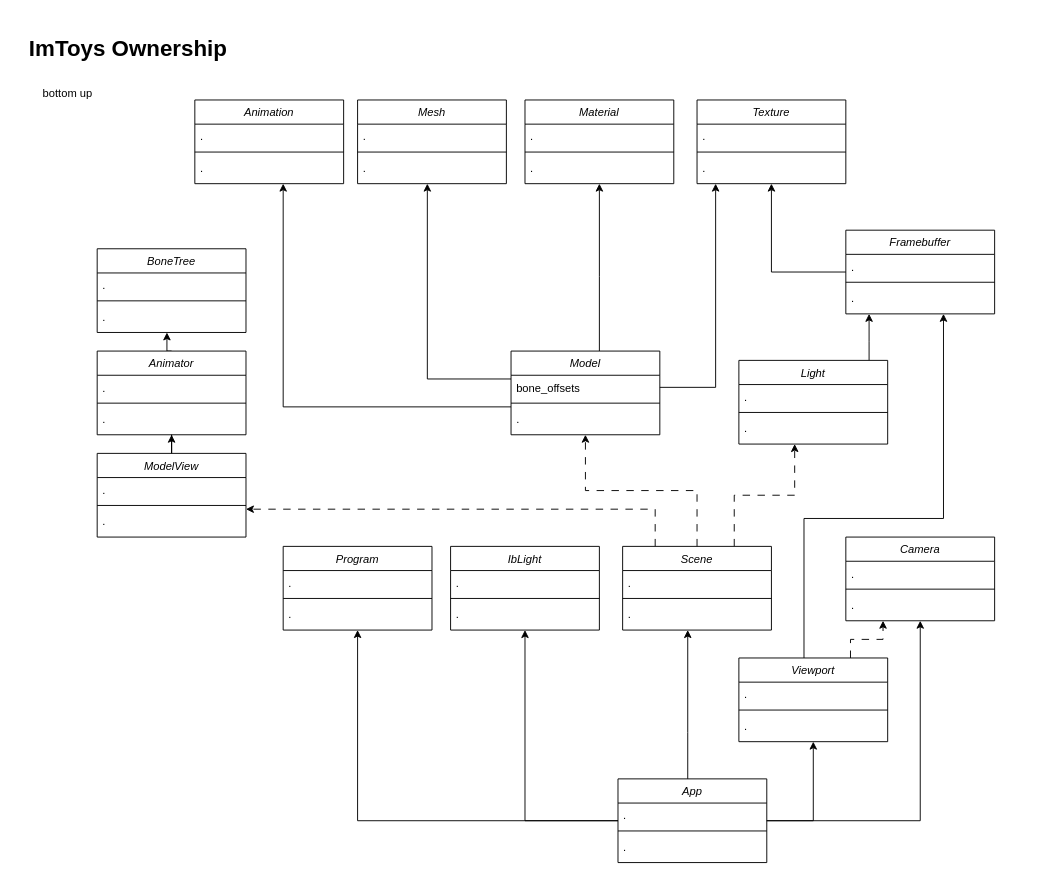
The draw.io diagram page "Ownership(App)" (2 of 3) of limbrary/diagram.drawio in imdongye/imtoys, before the edit. Source tidied: cells renumbered, new cells numbered last; positions are measured from the earlier drawing's top-left corner, leaving out a move shared by most shapes. Both pictures are drawn from the tidied source at 93%, with x=0, y=0 at pixel (16, 16).
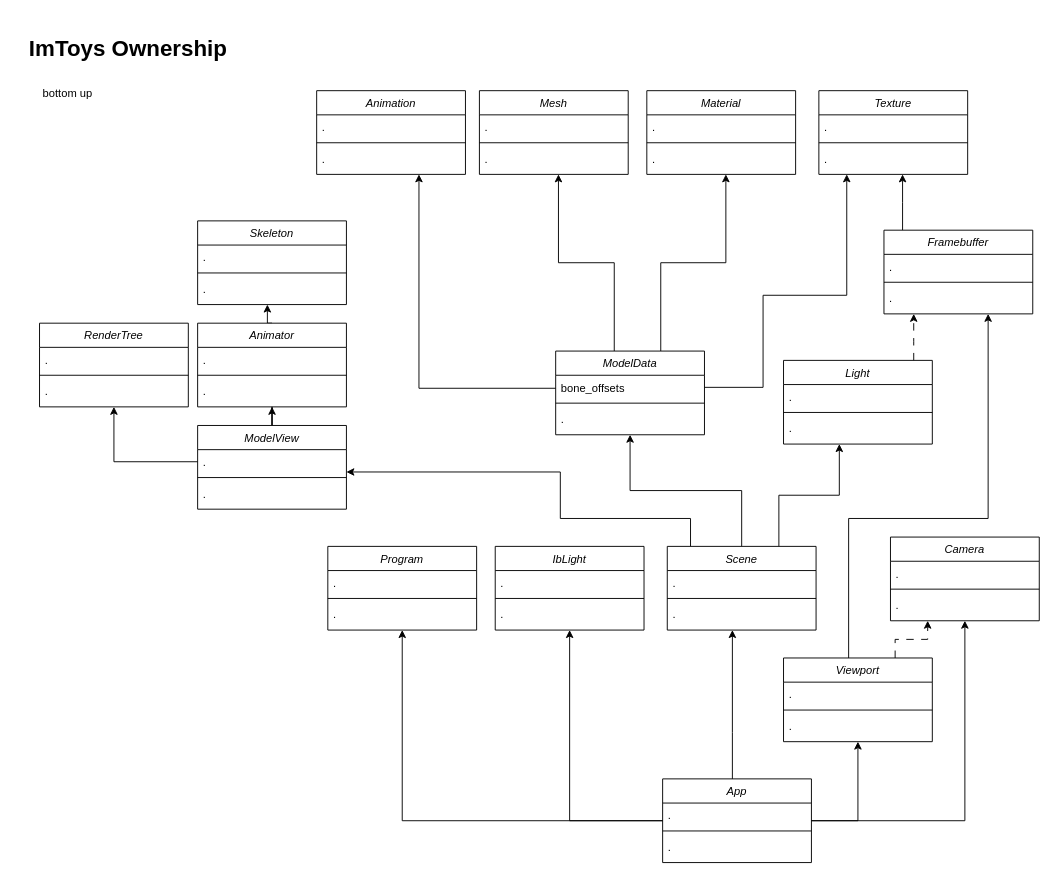
The same diagram, later.

Unchanged cells that the change refers to:
```xml
<mxCell id="32" value="bone_offsets" style="text;align=left;verticalAlign=top;spacingLeft=4;spacingRight=4;overflow=hidden;points=[[0,0.5],[1,0.5]];portConstraint=eastwest;" parent="31" vertex="1">
  <mxGeometry y="26" width="160" height="26" as="geometry" />
</mxCell>
<mxCell id="74" value="." style="text;align=left;verticalAlign=top;spacingLeft=4;spacingRight=4;overflow=hidden;points=[[0,0.5],[1,0.5]];portConstraint=eastwest;" parent="73" vertex="1">
  <mxGeometry y="26" width="160" height="26" as="geometry" />
</mxCell>
```

Change to the diagram source:
```diff
@@
     <mxCell id="2" value="Program" style="swimlane;fontStyle=2;align=center;verticalAlign=top;horizontal=1;startSize=26;rounded=0;shadow=0;strokeWidth=1;" parent="1" vertex="1">
-      <mxGeometry x="287" y="570" width="160" height="90" as="geometry" />
+      <mxGeometry x="335" y="570" width="160" height="90" as="geometry" />
     </mxCell>
@@
     <mxCell id="6" value="Mesh" style="swimlane;fontStyle=2;align=center;verticalAlign=top;horizontal=1;startSize=26;rounded=0;shadow=0;strokeWidth=1;" parent="1" vertex="1">
-      <mxGeometry x="367" y="90" width="160" height="90" as="geometry" />
+      <mxGeometry x="498" y="80" width="160" height="90" as="geometry" />
     </mxCell>
@@
     <mxCell id="10" style="edgeStyle=orthogonalEdgeStyle;rounded=0;jettySize=auto;html=1;" parent="1" edge="1" source="11" target="15">
       <mxGeometry relative="1" as="geometry">
         <Array as="points">
-          <mxPoint x="812" y="275" />
+          <mxPoint x="953" y="200" />
+          <mxPoint x="953" y="200" />
         </Array>
       </mxGeometry>
     </mxCell>
     <mxCell id="11" value="Framebuffer" style="swimlane;fontStyle=2;align=center;verticalAlign=top;horizontal=1;startSize=26;rounded=0;shadow=0;strokeWidth=1;" parent="1" vertex="1">
-      <mxGeometry x="892" y="230" width="160" height="90" as="geometry" />
+      <mxGeometry x="933" y="230" width="160" height="90" as="geometry" />
     </mxCell>
@@
     <mxCell id="15" value="Texture" style="swimlane;fontStyle=2;align=center;verticalAlign=top;horizontal=1;startSize=26;rounded=0;shadow=0;strokeWidth=1;" parent="1" vertex="1">
-      <mxGeometry x="732" y="90" width="160" height="90" as="geometry" />
+      <mxGeometry x="863" y="80" width="160" height="90" as="geometry" />
     </mxCell>
@@
     <mxCell id="19" value="Material" style="swimlane;fontStyle=2;align=center;verticalAlign=top;horizontal=1;startSize=26;rounded=0;shadow=0;strokeWidth=1;" parent="1" vertex="1">
-      <mxGeometry x="547" y="90" width="160" height="90" as="geometry" />
+      <mxGeometry x="678" y="80" width="160" height="90" as="geometry" />
     </mxCell>
@@
-    <mxCell id="23" style="edgeStyle=orthogonalEdgeStyle;rounded=0;jettySize=auto;html=1;" parent="1" edge="1" source="24" target="11">
+    <mxCell id="23" style="edgeStyle=orthogonalEdgeStyle;rounded=0;jettySize=auto;html=1;dashed=1;dashPattern=8 8;" parent="1" edge="1" source="24" target="11">
       <mxGeometry relative="1" as="geometry">
         <Array as="points">
-          <mxPoint x="917" y="350" />
-          <mxPoint x="917" y="350" />
+          <mxPoint x="965" y="350" />
+          <mxPoint x="965" y="350" />
         </Array>
       </mxGeometry>
     </mxCell>
     <mxCell id="24" value="Light" style="swimlane;fontStyle=2;align=center;verticalAlign=top;horizontal=1;startSize=26;rounded=0;shadow=0;strokeWidth=1;" parent="1" vertex="1">
-      <mxGeometry x="777" y="370" width="160" height="90" as="geometry" />
+      <mxGeometry x="825" y="370" width="160" height="90" as="geometry" />
     </mxCell>
@@
     <mxCell id="28" style="edgeStyle=orthogonalEdgeStyle;rounded=0;jettySize=auto;html=1;" parent="1" edge="1" source="31" target="6">
       <mxGeometry relative="1" as="geometry">
         <Array as="points">
-          <mxPoint x="442" y="390" />
+          <mxPoint x="643" y="265" />
+          <mxPoint x="583" y="265" />
         </Array>
       </mxGeometry>
     </mxCell>
     <mxCell id="29" style="edgeStyle=orthogonalEdgeStyle;rounded=0;jettySize=auto;html=1;" parent="1" edge="1" source="31" target="19">
       <mxGeometry relative="1" as="geometry">
         <Array as="points">
-          <mxPoint x="627" y="280" />
-          <mxPoint x="627" y="280" />
+          <mxPoint x="693" y="265" />
+          <mxPoint x="763" y="265" />
         </Array>
       </mxGeometry>
     </mxCell>
     <mxCell id="30" style="edgeStyle=orthogonalEdgeStyle;rounded=0;jettySize=auto;html=1;" parent="1" edge="1" source="31" target="68">
       <mxGeometry relative="1" as="geometry">
         <Array as="points">
-          <mxPoint x="287" y="420" />
+          <mxPoint x="433" y="400" />
         </Array>
       </mxGeometry>
     </mxCell>
-    <mxCell id="31" value="Model" style="swimlane;fontStyle=2;align=center;verticalAlign=top;horizontal=1;startSize=26;rounded=0;shadow=0;strokeWidth=1;" parent="1" vertex="1">
-      <mxGeometry x="532" y="360" width="160" height="90" as="geometry" />
+    <mxCell id="31" value="ModelData" style="swimlane;fontStyle=2;align=center;verticalAlign=top;horizontal=1;startSize=26;rounded=0;shadow=0;strokeWidth=1;" parent="1" vertex="1">
+      <mxGeometry x="580" y="360" width="160" height="90" as="geometry" />
     </mxCell>
@@
     <mxCell id="35" style="edgeStyle=orthogonalEdgeStyle;rounded=0;jettySize=auto;html=1;" parent="1" edge="1" source="37" target="11">
       <mxGeometry relative="1" as="geometry">
         <Array as="points">
-          <mxPoint x="847" y="540" />
-          <mxPoint x="997" y="540" />
+          <mxPoint x="895" y="540" />
+          <mxPoint x="1045" y="540" />
         </Array>
       </mxGeometry>
     </mxCell>
     <mxCell id="36" style="edgeStyle=orthogonalEdgeStyle;rounded=0;jettySize=auto;html=1;entryX=0.25;entryY=1;entryDx=0;entryDy=0;dashed=1;dashPattern=8 8;" parent="1" edge="1" source="37" target="48">
       <mxGeometry relative="1" as="geometry">
         <Array as="points">
-          <mxPoint x="897" y="670" />
-          <mxPoint x="932" y="670" />
+          <mxPoint x="945" y="670" />
+          <mxPoint x="980" y="670" />
         </Array>
       </mxGeometry>
     </mxCell>
     <mxCell id="37" value="Viewport" style="swimlane;fontStyle=2;align=center;verticalAlign=top;horizontal=1;startSize=26;rounded=0;shadow=0;strokeWidth=1;" parent="1" vertex="1">
-      <mxGeometry x="777" y="690" width="160" height="90" as="geometry" />
+      <mxGeometry x="825" y="690" width="160" height="90" as="geometry" />
     </mxCell>
@@
-    <mxCell id="41" style="edgeStyle=orthogonalEdgeStyle;rounded=0;jettySize=auto;html=1;dashed=1;dashPattern=8 8;" parent="1" edge="1" source="44" target="31">
+    <mxCell id="41" style="edgeStyle=orthogonalEdgeStyle;rounded=0;jettySize=auto;html=1;" parent="1" edge="1" source="44" target="31">
       <mxGeometry relative="1" as="geometry">
         <Array as="points">
-          <mxPoint x="732" y="510" />
-          <mxPoint x="612" y="510" />
+          <mxPoint x="780" y="510" />
+          <mxPoint x="660" y="510" />
         </Array>
       </mxGeometry>
     </mxCell>
-    <mxCell id="42" style="edgeStyle=orthogonalEdgeStyle;rounded=0;jettySize=auto;html=1;dashed=1;dashPattern=8 8;" parent="1" edge="1" source="44" target="24">
+    <mxCell id="42" style="edgeStyle=orthogonalEdgeStyle;rounded=0;jettySize=auto;html=1;" parent="1" edge="1" source="44" target="24">
       <mxGeometry relative="1" as="geometry">
         <Array as="points">
-          <mxPoint x="772" y="515" />
-          <mxPoint x="837" y="515" />
+          <mxPoint x="820" y="515" />
+          <mxPoint x="885" y="515" />
         </Array>
       </mxGeometry>
     </mxCell>
-    <mxCell id="43" style="edgeStyle=orthogonalEdgeStyle;rounded=0;jettySize=auto;html=1;dashed=1;dashPattern=8 8;" parent="1" edge="1" source="44" target="73">
+    <mxCell id="43" style="edgeStyle=orthogonalEdgeStyle;rounded=0;jettySize=auto;html=1;" parent="1" edge="1" source="44" target="73">
       <mxGeometry relative="1" as="geometry">
         <Array as="points">
-          <mxPoint x="687" y="530" />
+          <mxPoint x="725" y="540" />
+          <mxPoint x="585" y="540" />
+          <mxPoint x="585" y="490" />
         </Array>
       </mxGeometry>
     </mxCell>
     <mxCell id="44" value="Scene" style="swimlane;fontStyle=2;align=center;verticalAlign=top;horizontal=1;startSize=26;rounded=0;shadow=0;strokeWidth=1;" parent="1" vertex="1">
-      <mxGeometry x="652" y="570" width="160" height="90" as="geometry" />
+      <mxGeometry x="700" y="570" width="160" height="90" as="geometry" />
     </mxCell>
@@
     <mxCell id="48" value="Camera" style="swimlane;fontStyle=2;align=center;verticalAlign=top;horizontal=1;startSize=26;rounded=0;shadow=0;strokeWidth=1;" parent="1" vertex="1">
-      <mxGeometry x="892" y="560" width="160" height="90" as="geometry" />
+      <mxGeometry x="940" y="560" width="160" height="90" as="geometry" />
     </mxCell>
@@
     <mxCell id="53" value="IbLight" style="swimlane;fontStyle=2;align=center;verticalAlign=top;horizontal=1;startSize=26;rounded=0;shadow=0;strokeWidth=1;" parent="1" vertex="1">
-      <mxGeometry x="467" y="570" width="160" height="90" as="geometry" />
+      <mxGeometry x="515" y="570" width="160" height="90" as="geometry" />
     </mxCell>
@@
     <mxCell id="57" style="edgeStyle=orthogonalEdgeStyle;rounded=0;jettySize=auto;html=1;" parent="1" edge="1" source="32" target="15">
       <mxGeometry relative="1" as="geometry">
         <Array as="points">
-          <mxPoint x="752" y="399" />
+          <mxPoint x="803" y="399" />
+          <mxPoint x="803" y="300" />
+          <mxPoint x="893" y="300" />
         </Array>
       </mxGeometry>
     </mxCell>
@@
     <mxCell id="59" style="edgeStyle=orthogonalEdgeStyle;rounded=0;jettySize=auto;html=1;" parent="1" edge="1" source="63" target="53">
       <mxGeometry relative="1" as="geometry">
         <Array as="points">
-          <mxPoint x="547" y="865" />
+          <mxPoint x="595" y="865" />
         </Array>
       </mxGeometry>
     </mxCell>
@@
     <mxCell id="61" style="edgeStyle=orthogonalEdgeStyle;rounded=0;jettySize=auto;html=1;" parent="1" edge="1" source="63" target="37">
       <mxGeometry relative="1" as="geometry">
         <Array as="points">
-          <mxPoint x="857" y="865" />
+          <mxPoint x="905" y="865" />
         </Array>
       </mxGeometry>
     </mxCell>
     <mxCell id="62" style="edgeStyle=orthogonalEdgeStyle;rounded=0;jettySize=auto;html=1;" parent="1" edge="1" source="63" target="44">
       <mxGeometry relative="1" as="geometry">
         <Array as="points">
-          <mxPoint x="722" y="770" />
-          <mxPoint x="722" y="770" />
+          <mxPoint x="770" y="770" />
+          <mxPoint x="770" y="770" />
         </Array>
       </mxGeometry>
     </mxCell>
     <mxCell id="63" value="App" style="swimlane;fontStyle=2;align=center;verticalAlign=top;horizontal=1;startSize=26;rounded=0;shadow=0;strokeWidth=1;" parent="1" vertex="1">
-      <mxGeometry x="647" y="820" width="160" height="90" as="geometry" />
+      <mxGeometry x="695" y="820" width="160" height="90" as="geometry" />
     </mxCell>
@@
     <mxCell id="68" value="Animation" style="swimlane;fontStyle=2;align=center;verticalAlign=top;horizontal=1;startSize=26;rounded=0;shadow=0;strokeWidth=1;" parent="1" vertex="1">
-      <mxGeometry x="192" y="90" width="160" height="90" as="geometry" />
+      <mxGeometry x="323" y="80" width="160" height="90" as="geometry" />
     </mxCell>
@@
     <mxCell id="73" value="ModelView" style="swimlane;fontStyle=2;align=center;verticalAlign=top;horizontal=1;startSize=26;rounded=0;shadow=0;strokeWidth=1;" parent="1" vertex="1">
-      <mxGeometry x="87" y="470" width="160" height="90" as="geometry" />
+      <mxGeometry x="195" y="440" width="160" height="90" as="geometry" />
     </mxCell>
@@
     <mxCell id="77" style="edgeStyle=orthogonalEdgeStyle;rounded=0;jettySize=auto;html=1;exitX=0.5;exitY=0;exitDx=0;exitDy=0;" parent="1" edge="1" source="78" target="82">
       <mxGeometry relative="1" as="geometry">
         <Array as="points">
-          <mxPoint x="162" y="360" />
+          <mxPoint x="270" y="330" />
         </Array>
       </mxGeometry>
     </mxCell>
     <mxCell id="78" value="Animator" style="swimlane;fontStyle=2;align=center;verticalAlign=top;horizontal=1;startSize=26;rounded=0;shadow=0;strokeWidth=1;" parent="1" vertex="1">
-      <mxGeometry x="87" y="360" width="160" height="90" as="geometry" />
+      <mxGeometry x="195" y="330" width="160" height="90" as="geometry" />
     </mxCell>
@@
-    <mxCell id="82" value="BoneTree" style="swimlane;fontStyle=2;align=center;verticalAlign=top;horizontal=1;startSize=26;rounded=0;shadow=0;strokeWidth=1;" parent="1" vertex="1">
-      <mxGeometry x="87" y="250" width="160" height="90" as="geometry" />
+    <mxCell id="82" value="Skeleton" style="swimlane;fontStyle=2;align=center;verticalAlign=top;horizontal=1;startSize=26;rounded=0;shadow=0;strokeWidth=1;" parent="1" vertex="1">
+      <mxGeometry x="195" y="220" width="160" height="90" as="geometry" />
     </mxCell>
@@
+    <mxCell id="86" value="RenderTree" style="swimlane;fontStyle=2;align=center;verticalAlign=top;horizontal=1;startSize=26;rounded=0;shadow=0;strokeWidth=1;" parent="1" vertex="1">
+      <mxGeometry x="25" y="330" width="160" height="90" as="geometry" />
+    </mxCell>
+    <mxCell id="87" value="." style="text;align=left;verticalAlign=top;spacingLeft=4;spacingRight=4;overflow=hidden;" parent="86" vertex="1">
+      <mxGeometry y="26" width="160" height="26" as="geometry" />
+    </mxCell>
+    <mxCell id="88" style="line;html=1;strokeWidth=1;align=left;verticalAlign=middle;spacingTop=-1;spacingLeft=3;spacingRight=3;labelPosition=right;" parent="86" vertex="1">
+      <mxGeometry y="52" width="160" height="8" as="geometry" />
+    </mxCell>
+    <mxCell id="89" value="." style="text;align=left;verticalAlign=top;spacingLeft=4;spacingRight=4;overflow=hidden;" parent="86" vertex="1">
+      <mxGeometry y="60" width="160" height="26" as="geometry" />
+    </mxCell>
+    <mxCell id="90" style="edgeStyle=orthogonalEdgeStyle;rounded=0;jettySize=auto;html=1;" parent="1" edge="1" source="74" target="86">
+      <mxGeometry relative="1" as="geometry" />
+    </mxCell>
```
